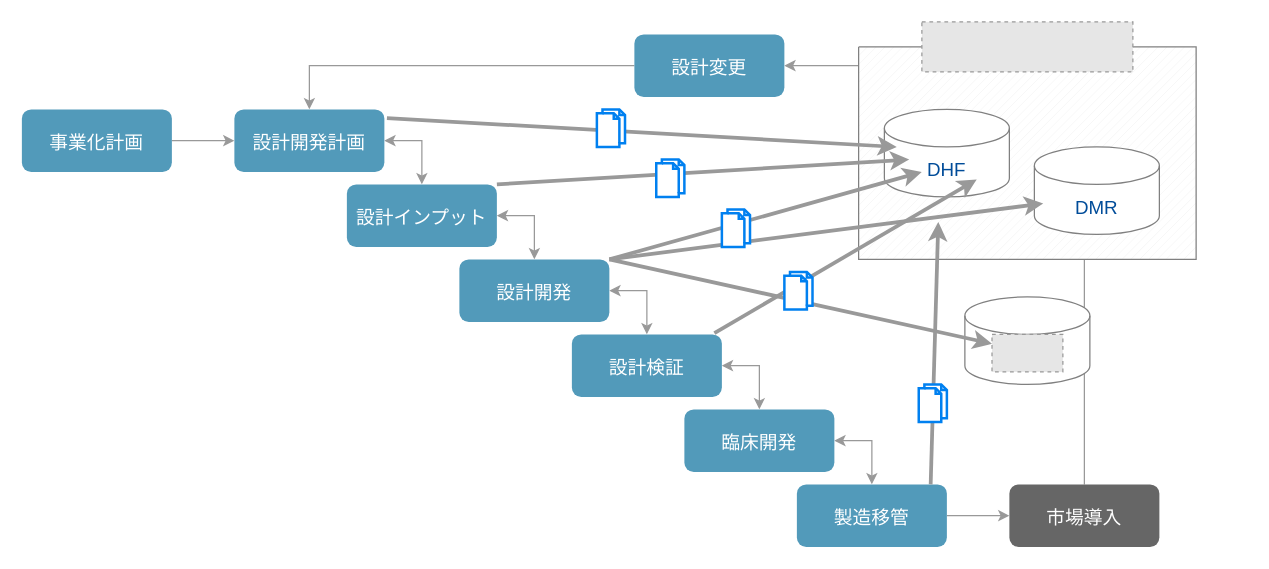
Earlier version of the draw.io diagram page "DocStorage" (6 of 9) of DDProcess.drawio (YuseiKawai/Otsuka). Source tidied: cells renumbered, new cells numbered last; positions are measured from the earlier drawing's top-left corner, leaving out a move shared by most shapes. Both pictures are drawn from the tidied source at 125%, with x=0, y=0 at pixel (21, 21). Pictures stored in the file or linked from it are replaced by grey dashed boxes.
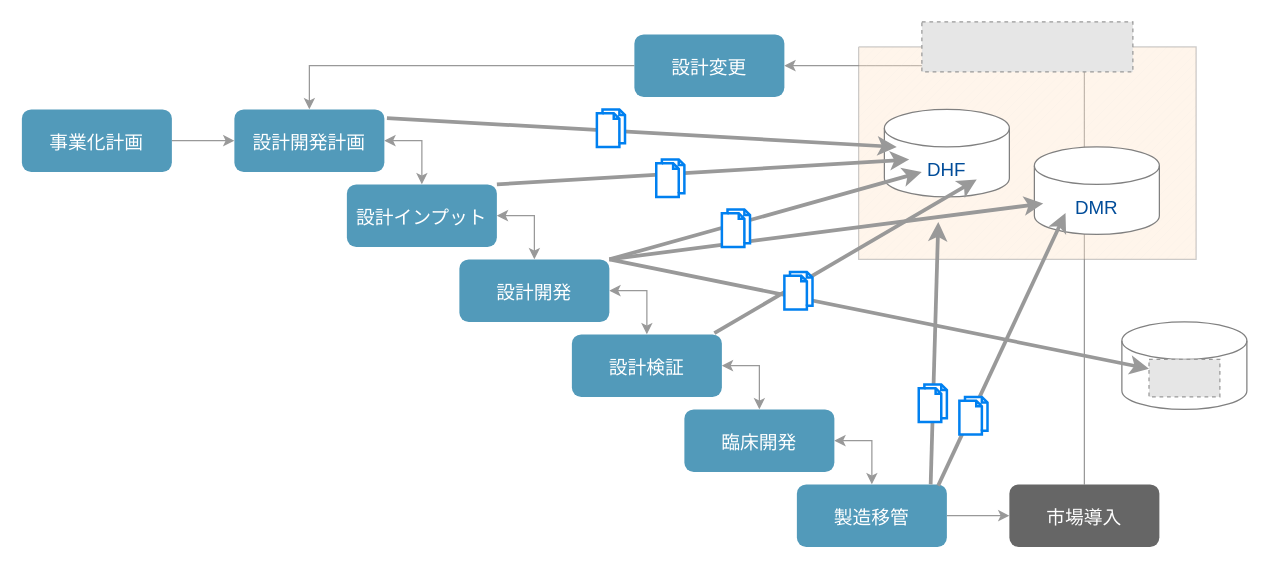
Above is the later version.

The change refers to these unchanged cells:
```xml
<mxCell id="15" value="製造移管" style="rounded=1;whiteSpace=wrap;html=1;fontFamily=Noto Sans;fillColor=#529ABA;strokeColor=none;sketch=0;strokeWidth=1;perimeterSpacing=0;fontSize=15;fontColor=#FFFFFF;" parent="1" vertex="1">
  <mxGeometry x="620" y="370" width="120" height="50" as="geometry" />
</mxCell>
<mxCell id="20" style="group;" parent="1" vertex="1">
  <mxGeometry x="669.4" width="270" height="190" as="geometry" />
</mxCell>
```

What changed in the source:
```diff
@@
-    <mxCell id="21" style="verticalLabelPosition=bottom;verticalAlign=top;html=1;shape=mxgraph.basic.patternFillRect;fillStyle=diag;step=5;fillStrokeWidth=0.2;fillStrokeColor=#dddddd;rounded=1;shadow=0;glass=0;sketch=0;fontSize=15;fontColor=#FFFFFF;strokeColor=#808080;strokeWidth=1;fillColor=default;" parent="20" vertex="1">
+    <mxCell id="21" style="verticalLabelPosition=bottom;verticalAlign=top;html=1;shape=mxgraph.basic.patternFillRect;fillStyle=diag;step=5;fillStrokeWidth=0.2;fillStrokeColor=#dddddd;rounded=1;shadow=0;glass=0;sketch=0;fontSize=15;fontColor=#FFFFFF;strokeColor=#808080;strokeWidth=1;fillColor=#FFE6CC;opacity=40;" parent="20" vertex="1">
       <mxGeometry y="20" width="270" height="170" as="geometry" />
     </mxCell>
@@
     <mxCell id="25" style="group;" parent="1" vertex="1">
-      <mxGeometry x="754.4" y="220" width="100" height="70" as="geometry" />
+      <mxGeometry x="880" y="240" width="100" height="70" as="geometry" />
     </mxCell>
@@
+    <mxCell id="40" style="endArrow=classic;html=1;rounded=0;fontSize=15;fontColor=#004C99;strokeColor=#999999;strokeWidth=3;fillColor=#CCCCCC;entryX=0.613;entryY=0.782;entryDx=0;entryDy=0;entryPerimeter=0;exitX=0.942;exitY=0.02;exitDx=0;exitDy=0;exitPerimeter=0;" parent="1" edge="1" source="15" target="21">
+      <mxGeometry relative="1" as="geometry" />
+    </mxCell>
+    <mxCell id="41" style="html=1;verticalLabelPosition=bottom;align=center;labelBackgroundColor=#ffffff;verticalAlign=top;strokeWidth=2;strokeColor=#0080F0;shadow=0;dashed=0;shape=mxgraph.ios7.icons.documents;rounded=1;glass=0;sketch=0;fontSize=15;fontColor=#004C99;fillColor=default;" parent="1" vertex="1">
+      <mxGeometry x="750" y="300" width="22.5" height="30" as="geometry" />
+    </mxCell>
```
